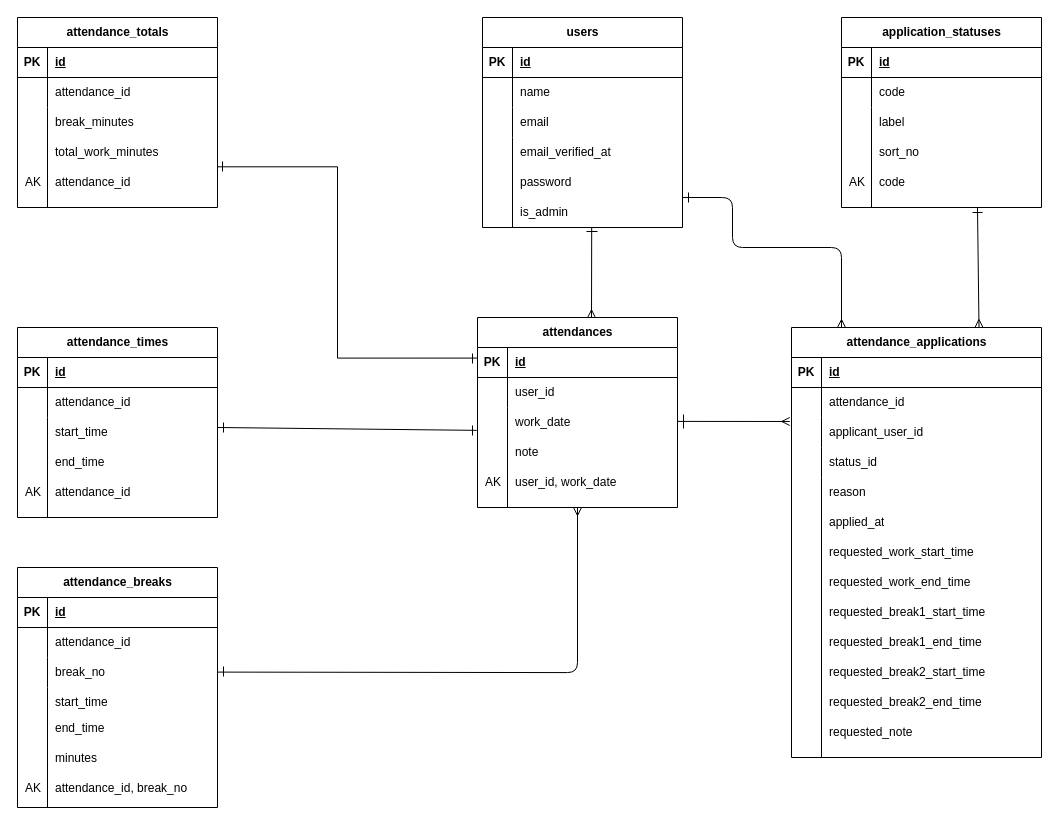
Earlier version of the draw.io diagram src/index.drawio (simanuki0923/attendance_system). Source tidied: cells renumbered, new cells numbered last; positions are measured from the earlier drawing's top-left corner, leaving out a move shared by most shapes. Both pictures are drawn from the tidied source at 100%, with x=0, y=0 at pixel (17, 17).
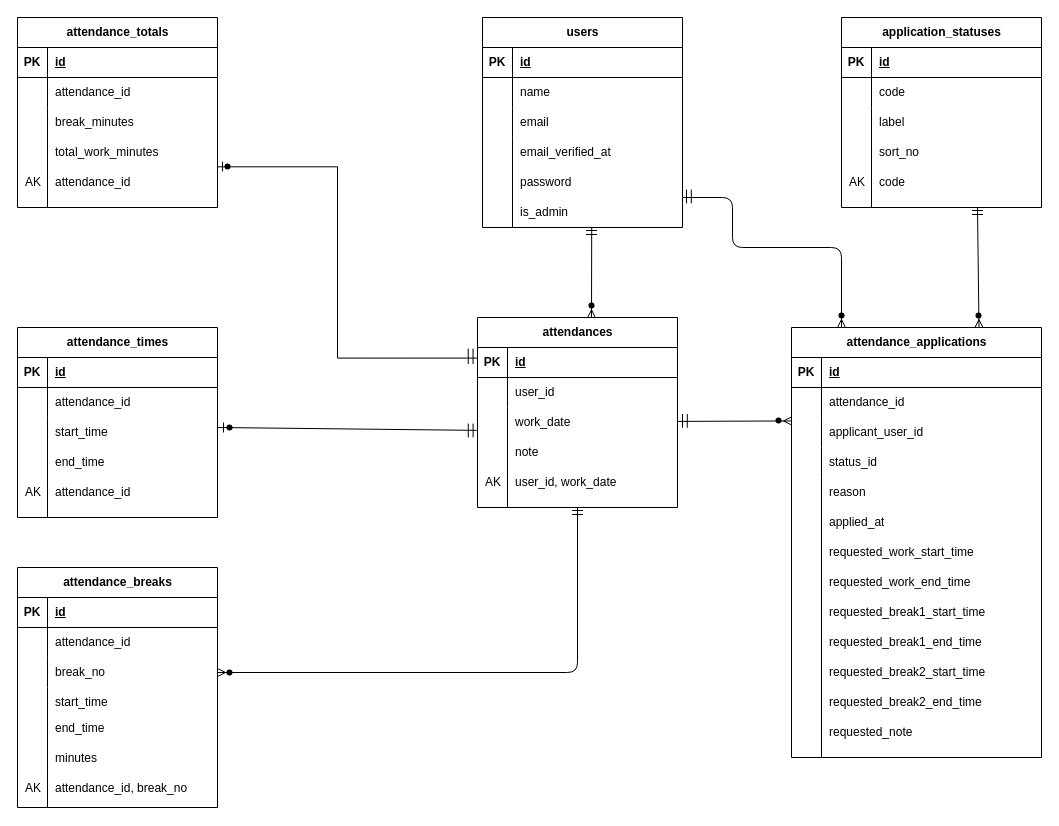
The same page after the edit.

Commit message:
2025/12/28 ER図リレーション内容修正

The change refers to these unchanged cells:
```xml
<mxCell id="32" value="attendances" style="shape=table;startSize=30;childLayout=tableLayout;rowLines=0;fontStyle=1;align=center;html=1;" parent="1" vertex="1">
  <mxGeometry x="460" y="300" width="200" height="190" as="geometry" />
</mxCell>
<mxCell id="77" value="attendance_applications" style="shape=table;startSize=30;childLayout=tableLayout;rowLines=0;fontStyle=1;align=center;html=1;" parent="1" vertex="1">
  <mxGeometry x="774" y="310" width="250" height="430" as="geometry" />
</mxCell>
<mxCell id="84" style="shape=tableRow;horizontal=0;startSize=0;swimlaneHead=0;swimlaneBody=0;fillColor=none;points=[[0,0.5],[1,0.5]];portConstraint=eastwest;top=0;left=0;right=0;bottom=0;" parent="77" vertex="1">
  <mxGeometry y="90" width="250" height="30" as="geometry" />
</mxCell>
```

The edit, as a diff of the source:
```diff
@@
-    <mxCell id="122" style="edgeStyle=orthogonalEdgeStyle;fontSize=12;html=1;endArrow=ERmany;entryX=0.2;entryY=0;entryDx=0;entryDy=0;entryPerimeter=0;" parent="1" edge="1" target="77">
+    <mxCell id="122" style="edgeStyle=orthogonalEdgeStyle;fontSize=12;html=1;endArrow=ERmany;entryX=0.2;entryY=0;entryDx=0;entryDy=0;entryPerimeter=0;" parent="1" edge="1">
       <mxGeometry relative="1" as="geometry">
         <mxPoint x="665" y="180" as="sourcePoint" />
+        <mxPoint x="824" y="310" as="targetPoint" />
         <Array as="points">
           <mxPoint x="715" y="180" />
           <mxPoint x="715" y="230" />
           <mxPoint x="824" y="230" />
         </Array>
       </mxGeometry>
     </mxCell>
@@
-    <mxCell id="125" style="fontSize=12;html=1;endArrow=ERmany;entryX=-0.007;entryY=0.133;entryDx=0;entryDy=0;entryPerimeter=0;" parent="1" edge="1" target="84">
+    <mxCell id="125" style="fontSize=12;html=1;endArrow=ERmany;entryX=0;entryY=0.115;entryDx=0;entryDy=0;entryPerimeter=0;" parent="1" edge="1" target="84">
       <mxGeometry relative="1" as="geometry">
         <mxPoint x="660" y="403.9" as="sourcePoint" />
       </mxGeometry>
     </mxCell>
-    <mxCell id="126" style="fontSize=12;html=1;endArrow=ERmany;edgeStyle=orthogonalEdgeStyle;entryX=0.5;entryY=1;entryDx=0;entryDy=0;" parent="1" edge="1" target="32">
+    <mxCell id="126" style="fontSize=12;html=1;endArrow=ERmany;edgeStyle=orthogonalEdgeStyle;exitX=0.5;exitY=1;exitDx=0;exitDy=0;" parent="1" edge="1" source="32">
       <mxGeometry relative="1" as="geometry">
-        <mxPoint x="200" y="654.6" as="sourcePoint" />
+        <mxPoint x="200" y="655" as="targetPoint" />
+        <Array as="points">
+          <mxPoint x="560" y="655" />
+        </Array>
       </mxGeometry>
     </mxCell>
@@
-    <mxCell id="131" style="endArrow=none;html=1;rounded=0;" parent="1" edge="1">
-      <mxGeometry relative="1" as="geometry">
-        <mxPoint x="455" y="408" as="sourcePoint" />
-        <mxPoint x="455" y="418" as="targetPoint" />
-      </mxGeometry>
-    </mxCell>
-    <mxCell id="132" style="endArrow=none;html=1;rounded=0;" parent="1" edge="1">
-      <mxGeometry relative="1" as="geometry">
-        <mxPoint x="206" y="649" as="sourcePoint" />
-        <mxPoint x="206" y="659" as="targetPoint" />
-      </mxGeometry>
-    </mxCell>
-    <mxCell id="133" style="endArrow=none;html=1;rounded=0;" parent="1" edge="1">
-      <mxGeometry relative="1" as="geometry">
-        <mxPoint x="666" y="397" as="sourcePoint" />
-        <mxPoint x="666" y="411" as="targetPoint" />
-      </mxGeometry>
-    </mxCell>
-    <mxCell id="134" style="endArrow=none;html=1;rounded=0;" parent="1" edge="1">
-      <mxGeometry relative="1" as="geometry">
-        <mxPoint x="455" y="336" as="sourcePoint" />
-        <mxPoint x="455" y="346" as="targetPoint" />
-      </mxGeometry>
-    </mxCell>
-    <mxCell id="135" style="endArrow=none;html=1;rounded=0;" parent="1" edge="1">
-      <mxGeometry relative="1" as="geometry">
-        <mxPoint x="671" y="175" as="sourcePoint" />
-        <mxPoint x="671" y="185" as="targetPoint" />
-      </mxGeometry>
-    </mxCell>
-    <mxCell id="136" style="endArrow=none;html=1;rounded=0;" parent="1" edge="1">
-      <mxGeometry relative="1" as="geometry">
-        <mxPoint x="580" y="214" as="sourcePoint" />
-        <mxPoint x="569" y="214" as="targetPoint" />
-      </mxGeometry>
-    </mxCell>
-    <mxCell id="137" style="endArrow=none;html=1;rounded=0;" parent="1" edge="1">
-      <mxGeometry relative="1" as="geometry">
-        <mxPoint x="965" y="195" as="sourcePoint" />
-        <mxPoint x="955" y="195" as="targetPoint" />
-      </mxGeometry>
-    </mxCell>
@@
+    <mxCell id="139" style="shape=partialRectangle;whiteSpace=wrap;html=1;left=0;right=0;fillColor=none;" parent="1" vertex="1">
+      <mxGeometry x="555" y="493" width="10" height="4" as="geometry" />
+    </mxCell>
+    <mxCell id="140" style="shape=waypoint;sketch=0;fillStyle=solid;size=6;fillColor=none;perimeter=centerPerimeter;" parent="1" vertex="1">
+      <mxGeometry x="202" y="645" width="20" height="20" as="geometry" />
+    </mxCell>
+    <mxCell id="141" style="shape=partialRectangle;whiteSpace=wrap;html=1;left=0;right=0;fillColor=none;rotation=90;" parent="1" vertex="1">
+      <mxGeometry x="446.8" y="410.6" width="12.8" height="4.8" as="geometry" />
+    </mxCell>
+    <mxCell id="142" style="shape=waypoint;sketch=0;fillStyle=solid;size=6;fillColor=none;perimeter=centerPerimeter;" parent="1" vertex="1">
+      <mxGeometry x="202" y="400" width="20" height="20" as="geometry" />
+    </mxCell>
+    <mxCell id="143" style="shape=waypoint;sketch=0;fillStyle=solid;size=6;fillColor=none;perimeter=centerPerimeter;" parent="1" vertex="1">
+      <mxGeometry x="200" y="139" width="20" height="20" as="geometry" />
+    </mxCell>
+    <mxCell id="144" style="shape=partialRectangle;whiteSpace=wrap;html=1;left=0;right=0;fillColor=none;rotation=90;" parent="1" vertex="1">
+      <mxGeometry x="445.9" y="336.4" width="14.5" height="4.8" as="geometry" />
+    </mxCell>
+    <mxCell id="145" style="shape=partialRectangle;whiteSpace=wrap;html=1;left=0;right=0;fillColor=none;" parent="1" vertex="1">
+      <mxGeometry x="569" y="213" width="10" height="4" as="geometry" />
+    </mxCell>
+    <mxCell id="146" style="shape=waypoint;sketch=0;fillStyle=solid;size=6;fillColor=none;perimeter=centerPerimeter;" parent="1" vertex="1">
+      <mxGeometry x="564" y="278" width="20" height="20" as="geometry" />
+    </mxCell>
+    <mxCell id="147" style="shape=partialRectangle;whiteSpace=wrap;html=1;left=0;right=0;fillColor=none;rotation=90;" parent="1" vertex="1">
+      <mxGeometry x="661" y="401" width="12.8" height="4.8" as="geometry" />
+    </mxCell>
+    <mxCell id="148" style="shape=waypoint;sketch=0;fillStyle=solid;size=6;fillColor=none;perimeter=centerPerimeter;" parent="1" vertex="1">
+      <mxGeometry x="751" y="393" width="20" height="20" as="geometry" />
+    </mxCell>
+    <mxCell id="149" style="shape=partialRectangle;whiteSpace=wrap;html=1;left=0;right=0;fillColor=none;rotation=90;" parent="1" vertex="1">
+      <mxGeometry x="665" y="176.6" width="12.8" height="4.8" as="geometry" />
+    </mxCell>
+    <mxCell id="150" style="shape=waypoint;sketch=0;fillStyle=solid;size=6;fillColor=none;perimeter=centerPerimeter;" parent="1" vertex="1">
+      <mxGeometry x="814" y="288" width="20" height="20" as="geometry" />
+    </mxCell>
+    <mxCell id="151" style="shape=partialRectangle;whiteSpace=wrap;html=1;left=0;right=0;fillColor=none;" parent="1" vertex="1">
+      <mxGeometry x="955" y="193" width="10" height="4" as="geometry" />
+    </mxCell>
+    <mxCell id="152" style="shape=waypoint;sketch=0;fillStyle=solid;size=6;fillColor=none;perimeter=centerPerimeter;" parent="1" vertex="1">
+      <mxGeometry x="951" y="288" width="20" height="20" as="geometry" />
+    </mxCell>
```
